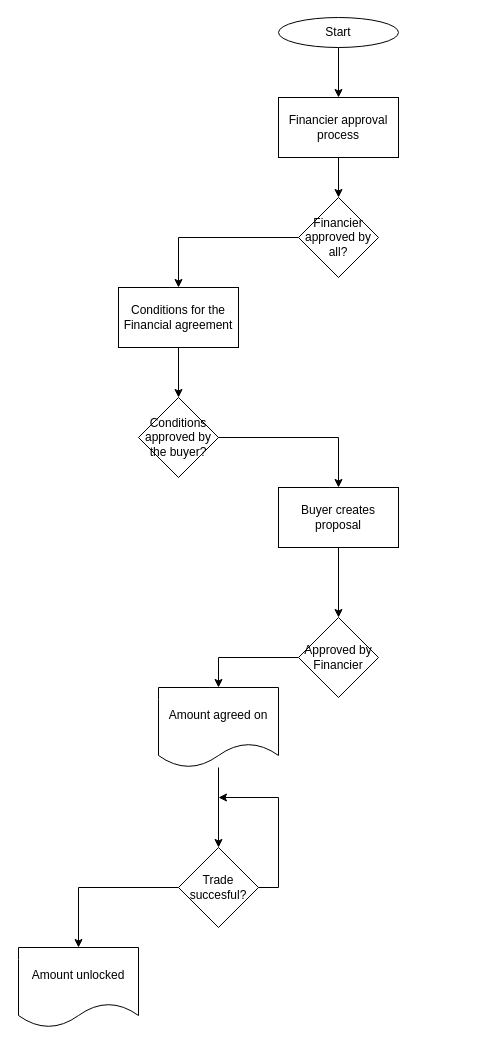
Earlier version of the draw.io diagram Module_1/Lab_3_Algorithmization/Untitled Diagram.drawio (marciafof/DAFT_0116_OTALORAMarcia). Source tidied: cells renumbered, new cells numbered last; positions are measured from the earlier drawing's top-left corner, leaving out a move shared by most shapes. Both pictures are drawn from the tidied source at 100%, with x=0, y=0 at pixel (18, 17).
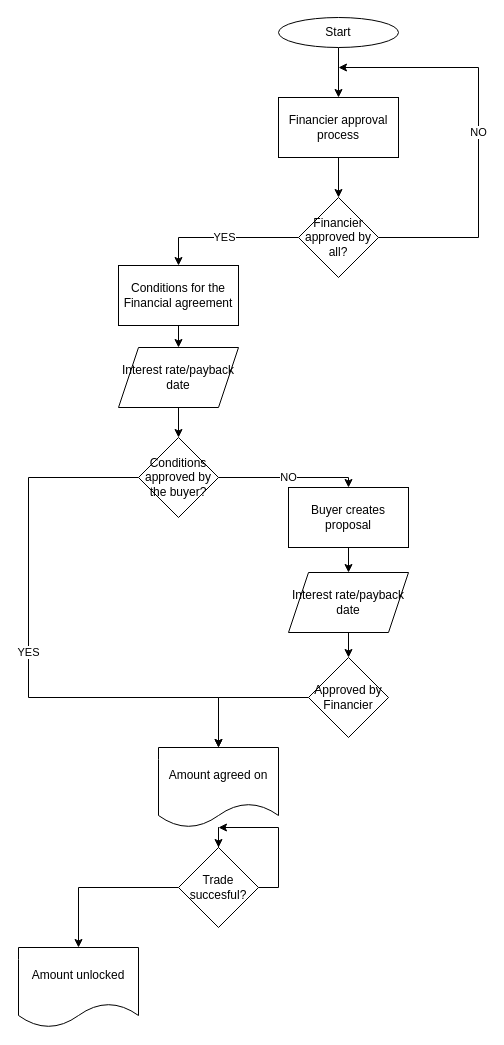
The same page after the edit.

Commit message:
Update Financier diagram

The change refers to these unchanged cells:
```xml
<mxCell id="7" value="Financier approved by all?" style="rhombus;whiteSpace=wrap;html=1;rounded=0;" parent="1" vertex="1">
  <mxGeometry x="280" y="180" width="80" height="80" as="geometry" />
</mxCell>
<mxCell id="20" value="Trade succesful?" style="rhombus;whiteSpace=wrap;html=1;rounded=0;" parent="1" vertex="1">
  <mxGeometry x="160" y="830" width="80" height="80" as="geometry" />
</mxCell>
```

Diff of the diagram source:
```diff
@@
-    <mxCell id="6" style="edgeStyle=orthogonalEdgeStyle;rounded=0;jettySize=auto;html=1;" parent="1" edge="1" source="7" target="9">
+    <mxCell id="6" value="YES" style="edgeStyle=orthogonalEdgeStyle;rounded=0;jettySize=auto;html=1;entryX=0.5;entryY=0;entryDx=0;entryDy=0;" parent="1" edge="1" source="7" target="9">
       <mxGeometry relative="1" as="geometry" />
     </mxCell>
+    <mxCell id="22" value="NO" style="edgeStyle=orthogonalEdgeStyle;rounded=0;jettySize=auto;html=1;exitX=1;exitY=0.5;exitDx=0;exitDy=0;" parent="1" edge="1" source="7">
+      <mxGeometry relative="1" as="geometry">
+        <mxPoint x="320" y="50" as="targetPoint" />
+        <Array as="points">
+          <mxPoint x="460" y="220" />
+          <mxPoint x="460" y="50" />
+        </Array>
+      </mxGeometry>
+    </mxCell>
@@
-    <mxCell id="8" style="edgeStyle=orthogonalEdgeStyle;rounded=0;jettySize=auto;html=1;" parent="1" edge="1" source="9" target="11">
+    <mxCell id="8" style="edgeStyle=orthogonalEdgeStyle;rounded=0;jettySize=auto;html=1;entryX=0.5;entryY=0;entryDx=0;entryDy=0;" parent="1" edge="1" source="9" target="25">
       <mxGeometry relative="1" as="geometry" />
     </mxCell>
     <mxCell id="9" value="Conditions for the Financial agreement" style="whiteSpace=wrap;html=1;rounded=0;" parent="1" vertex="1">
-      <mxGeometry x="100" y="270" width="120" height="60" as="geometry" />
+      <mxGeometry x="100" y="248" width="120" height="60" as="geometry" />
     </mxCell>
-    <mxCell id="10" style="edgeStyle=orthogonalEdgeStyle;rounded=0;jettySize=auto;html=1;" parent="1" edge="1" source="11" target="13">
-      <mxGeometry relative="1" as="geometry" />
+    <mxCell id="10" value="NO" style="edgeStyle=orthogonalEdgeStyle;rounded=0;jettySize=auto;html=1;" parent="1" edge="1" source="11" target="13">
+      <mxGeometry relative="1" as="geometry">
+        <Array as="points">
+          <mxPoint x="330" y="460" />
+        </Array>
+      </mxGeometry>
     </mxCell>
+    <mxCell id="23" value="YES" style="edgeStyle=orthogonalEdgeStyle;rounded=0;jettySize=auto;html=1;exitX=0;exitY=0.5;exitDx=0;exitDy=0;entryX=0.5;entryY=0;entryDx=0;entryDy=0;" parent="1" edge="1" source="11" target="17">
+      <mxGeometry relative="1" as="geometry">
+        <Array as="points">
+          <mxPoint x="10" y="460" />
+          <mxPoint x="10" y="680" />
+          <mxPoint x="200" y="680" />
+        </Array>
+      </mxGeometry>
+    </mxCell>
     <mxCell id="11" value="Conditions approved by the buyer?" style="rhombus;whiteSpace=wrap;html=1;rounded=0;" parent="1" vertex="1">
-      <mxGeometry x="120" y="380" width="80" height="80" as="geometry" />
+      <mxGeometry x="120" y="420" width="80" height="80" as="geometry" />
     </mxCell>
-    <mxCell id="12" style="edgeStyle=orthogonalEdgeStyle;rounded=0;jettySize=auto;html=1;" parent="1" edge="1" source="13" target="15">
+    <mxCell id="12" style="edgeStyle=orthogonalEdgeStyle;rounded=0;jettySize=auto;html=1;entryX=0.5;entryY=0;entryDx=0;entryDy=0;" parent="1" edge="1" source="13" target="27">
       <mxGeometry relative="1" as="geometry" />
     </mxCell>
     <mxCell id="13" value="Buyer creates proposal" style="whiteSpace=wrap;html=1;rounded=0;" parent="1" vertex="1">
-      <mxGeometry x="260" y="470" width="120" height="60" as="geometry" />
+      <mxGeometry x="270" y="470" width="120" height="60" as="geometry" />
     </mxCell>
@@
     <mxCell id="15" value="Approved by Financier" style="rhombus;whiteSpace=wrap;html=1;rounded=0;" parent="1" vertex="1">
-      <mxGeometry x="280" y="600" width="80" height="80" as="geometry" />
+      <mxGeometry x="290" y="640" width="80" height="80" as="geometry" />
     </mxCell>
@@
     <mxCell id="17" value="Amount agreed on" style="shape=document;whiteSpace=wrap;html=1;boundedLbl=1;rounded=0;" parent="1" vertex="1">
-      <mxGeometry x="140" y="670" width="120" height="80" as="geometry" />
+      <mxGeometry x="140" y="730" width="120" height="80" as="geometry" />
     </mxCell>
@@
     <mxCell id="19" style="edgeStyle=orthogonalEdgeStyle;rounded=0;jettySize=auto;html=1;exitX=1;exitY=0.5;exitDx=0;exitDy=0;" parent="1" edge="1" source="20">
       <mxGeometry relative="1" as="geometry">
-        <mxPoint x="200" y="780" as="targetPoint" />
+        <mxPoint x="200" y="810" as="targetPoint" />
         <Array as="points">
           <mxPoint x="260" y="870" />
-          <mxPoint x="260" y="780" />
+          <mxPoint x="260" y="810" />
+          <mxPoint x="200" y="810" />
         </Array>
       </mxGeometry>
     </mxCell>
@@
+    <mxCell id="24" style="edgeStyle=orthogonalEdgeStyle;rounded=0;jettySize=auto;html=1;exitX=0.5;exitY=1;exitDx=0;exitDy=0;entryX=0.5;entryY=0;entryDx=0;entryDy=0;" parent="1" edge="1" source="25" target="11">
+      <mxGeometry relative="1" as="geometry" />
+    </mxCell>
+    <mxCell id="25" value="Interest rate/payback date" style="shape=parallelogram;perimeter=parallelogramPerimeter;whiteSpace=wrap;html=1;fixedSize=1;" parent="1" vertex="1">
+      <mxGeometry x="100" y="330" width="120" height="60" as="geometry" />
+    </mxCell>
+    <mxCell id="26" style="edgeStyle=orthogonalEdgeStyle;rounded=0;jettySize=auto;html=1;exitX=0.5;exitY=1;exitDx=0;exitDy=0;entryX=0.5;entryY=0;entryDx=0;entryDy=0;" parent="1" edge="1" source="27" target="15">
+      <mxGeometry relative="1" as="geometry" />
+    </mxCell>
+    <mxCell id="27" value="Interest rate/payback date" style="shape=parallelogram;perimeter=parallelogramPerimeter;whiteSpace=wrap;html=1;fixedSize=1;" parent="1" vertex="1">
+      <mxGeometry x="270" y="555" width="120" height="60" as="geometry" />
+    </mxCell>
```
